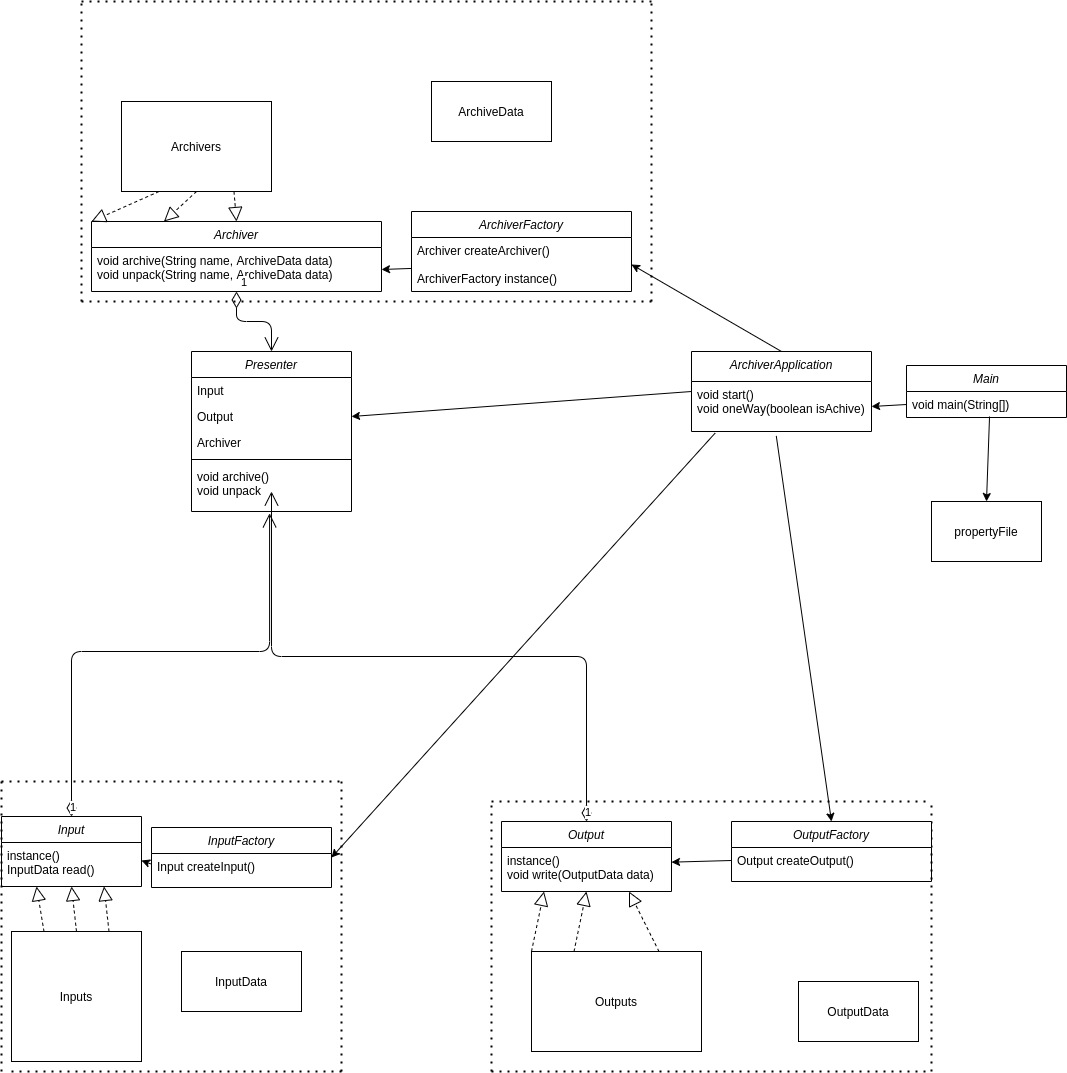
Before: Archiver architectur.png, a diagram exported from draw.io (Alexey111231/archiver). Source tidied: cells renumbered, new cells last; positions are measured from the earlier drawing's top-left corner, leaving out a move shared by most shapes. Source of this version:
```xml
<mxGraphModel>
  <root>
    <mxCell id="0" />
    <mxCell id="1" parent="0" />
    <mxCell id="2" value="Presenter" style="swimlane;fontStyle=2;align=center;verticalAlign=top;horizontal=1;startSize=26;rounded=0;shadow=0;strokeWidth=1;" parent="1" vertex="1">
      <mxGeometry x="190" y="350" width="160" height="160" as="geometry" />
    </mxCell>
    <mxCell id="3" value="Input" style="text;align=left;verticalAlign=top;spacingLeft=4;spacingRight=4;overflow=hidden;" parent="2" vertex="1">
      <mxGeometry y="26" width="160" height="26" as="geometry" />
    </mxCell>
    <mxCell id="4" value="Output" style="text;align=left;verticalAlign=top;spacingLeft=4;spacingRight=4;overflow=hidden;points=[[0,0.5],[1,0.5]];portConstraint=eastwest;rounded=0;shadow=0;html=0;" parent="2" vertex="1">
      <mxGeometry y="52" width="160" height="26" as="geometry" />
    </mxCell>
    <mxCell id="5" value="Archiver" style="text;align=left;verticalAlign=top;spacingLeft=4;spacingRight=4;overflow=hidden;rounded=0;shadow=0;html=0;" parent="2" vertex="1">
      <mxGeometry y="78" width="160" height="26" as="geometry" />
    </mxCell>
    <mxCell id="6" style="line;html=1;strokeWidth=1;align=left;verticalAlign=middle;spacingTop=-1;spacingLeft=3;spacingRight=3;labelPosition=right;" parent="2" vertex="1">
      <mxGeometry y="104" width="160" height="8" as="geometry" />
    </mxCell>
    <mxCell id="7" value="void archive()&#10;void unpack" style="text;align=left;verticalAlign=top;spacingLeft=4;spacingRight=4;overflow=hidden;points=[[0,0.5],[1,0.5]];portConstraint=eastwest;" parent="2" vertex="1">
      <mxGeometry y="112" width="160" height="48" as="geometry" />
    </mxCell>
    <mxCell id="8" value="Input" style="swimlane;fontStyle=2;align=center;verticalAlign=top;horizontal=1;startSize=26;rounded=0;shadow=0;strokeWidth=1;" parent="1" vertex="1">
      <mxGeometry y="815" width="140" height="70" as="geometry" />
    </mxCell>
    <mxCell id="9" value="instance()&#10;InputData read()" style="text;align=left;verticalAlign=top;spacingLeft=4;spacingRight=4;overflow=hidden;points=[[0,0.5],[1,0.5]];portConstraint=eastwest;" parent="8" vertex="1">
      <mxGeometry y="26" width="140" height="36" as="geometry" />
    </mxCell>
    <mxCell id="10" value="Output&#10;" style="swimlane;fontStyle=2;align=center;verticalAlign=top;horizontal=1;startSize=26;rounded=0;shadow=0;strokeWidth=1;" parent="1" vertex="1">
      <mxGeometry x="500" y="820" width="170" height="70" as="geometry" />
    </mxCell>
    <mxCell id="11" value="instance()&#10;void write(OutputData data)" style="text;align=left;verticalAlign=top;spacingLeft=4;spacingRight=4;overflow=hidden;points=[[0,0.5],[1,0.5]];portConstraint=eastwest;" parent="10" vertex="1">
      <mxGeometry y="26" width="170" height="34" as="geometry" />
    </mxCell>
    <mxCell id="12" style="endArrow=none;dashed=1;html=1;dashPattern=1 3;strokeWidth=2;" parent="1" edge="1">
      <mxGeometry relative="1" as="geometry">
        <mxPoint x="490" y="1070" as="sourcePoint" />
        <mxPoint x="490" y="800" as="targetPoint" />
      </mxGeometry>
    </mxCell>
    <mxCell id="13" style="endArrow=none;dashed=1;html=1;dashPattern=1 3;strokeWidth=2;" parent="1" edge="1">
      <mxGeometry relative="1" as="geometry">
        <mxPoint x="490" y="800" as="sourcePoint" />
        <mxPoint x="930" y="800" as="targetPoint" />
      </mxGeometry>
    </mxCell>
    <mxCell id="14" style="endArrow=none;dashed=1;html=1;dashPattern=1 3;strokeWidth=2;" parent="1" edge="1">
      <mxGeometry relative="1" as="geometry">
        <mxPoint x="930" y="1070" as="sourcePoint" />
        <mxPoint x="930" y="800" as="targetPoint" />
      </mxGeometry>
    </mxCell>
    <mxCell id="15" style="endArrow=none;dashed=1;html=1;dashPattern=1 3;strokeWidth=2;" parent="1" edge="1">
      <mxGeometry relative="1" as="geometry">
        <mxPoint x="490" y="1070" as="sourcePoint" />
        <mxPoint x="930" y="1070" as="targetPoint" />
      </mxGeometry>
    </mxCell>
    <mxCell id="16" style="endArrow=none;dashed=1;html=1;dashPattern=1 3;strokeWidth=2;" parent="1" edge="1">
      <mxGeometry relative="1" as="geometry">
        <mxPoint y="780" as="sourcePoint" />
        <mxPoint x="340" y="780" as="targetPoint" />
      </mxGeometry>
    </mxCell>
    <mxCell id="17" style="endArrow=none;dashed=1;html=1;dashPattern=1 3;strokeWidth=2;" parent="1" edge="1">
      <mxGeometry relative="1" as="geometry">
        <mxPoint x="340" y="1070" as="sourcePoint" />
        <mxPoint x="340" y="780" as="targetPoint" />
      </mxGeometry>
    </mxCell>
    <mxCell id="18" style="endArrow=none;dashed=1;html=1;dashPattern=1 3;strokeWidth=2;" parent="1" edge="1">
      <mxGeometry relative="1" as="geometry">
        <mxPoint x="10" y="1070" as="sourcePoint" />
        <mxPoint x="340" y="1070" as="targetPoint" />
      </mxGeometry>
    </mxCell>
    <mxCell id="19" style="endArrow=none;dashed=1;html=1;dashPattern=1 3;strokeWidth=2;" parent="1" edge="1">
      <mxGeometry relative="1" as="geometry">
        <mxPoint y="1070" as="sourcePoint" />
        <mxPoint y="780" as="targetPoint" />
      </mxGeometry>
    </mxCell>
    <mxCell id="20" value="Main" style="swimlane;fontStyle=2;align=center;verticalAlign=top;horizontal=1;startSize=26;rounded=0;shadow=0;strokeWidth=1;" parent="1" vertex="1">
      <mxGeometry x="905" y="364" width="160" height="52" as="geometry" />
    </mxCell>
    <mxCell id="21" value="void main(String[])" style="text;align=left;verticalAlign=top;spacingLeft=4;spacingRight=4;overflow=hidden;points=[[0,0.5],[1,0.5]];portConstraint=eastwest;" parent="20" vertex="1">
      <mxGeometry y="26" width="160" height="26" as="geometry" />
    </mxCell>
    <mxCell id="22" value="OutputFactory&#10;" style="swimlane;fontStyle=2;align=center;verticalAlign=top;horizontal=1;startSize=26;rounded=0;shadow=0;strokeWidth=1;" parent="1" vertex="1">
      <mxGeometry x="730" y="820" width="200" height="60" as="geometry" />
    </mxCell>
    <mxCell id="23" value="Output createOutput()" style="text;align=left;verticalAlign=top;spacingLeft=4;spacingRight=4;overflow=hidden;points=[[0,0.5],[1,0.5]];portConstraint=eastwest;" parent="22" vertex="1">
      <mxGeometry y="26" width="200" height="26" as="geometry" />
    </mxCell>
    <mxCell id="24" value="InputFactory&#10;" style="swimlane;fontStyle=2;align=center;verticalAlign=top;horizontal=1;startSize=26;rounded=0;shadow=0;strokeWidth=1;" parent="1" vertex="1">
      <mxGeometry x="150" y="826" width="180" height="60" as="geometry" />
    </mxCell>
    <mxCell id="25" value="Input createInput()" style="text;align=left;verticalAlign=top;spacingLeft=4;spacingRight=4;overflow=hidden;points=[[0,0.5],[1,0.5]];portConstraint=eastwest;" parent="24" vertex="1">
      <mxGeometry y="26" width="180" height="34" as="geometry" />
    </mxCell>
    <mxCell id="26" value="Outputs" style="rounded=0;whiteSpace=wrap;html=1;" parent="1" vertex="1">
      <mxGeometry x="530" y="950" width="170" height="100" as="geometry" />
    </mxCell>
    <mxCell id="27" style="endArrow=classic;html=1;exitX=0;exitY=0.5;exitDx=0;exitDy=0;" parent="1" edge="1" source="23" target="11">
      <mxGeometry relative="1" as="geometry" />
    </mxCell>
    <mxCell id="28" style="endArrow=classic;html=1;exitX=-0.005;exitY=0.304;exitDx=0;exitDy=0;exitPerimeter=0;entryX=1;entryY=0.5;entryDx=0;entryDy=0;" parent="1" edge="1" source="25" target="9">
      <mxGeometry relative="1" as="geometry" />
    </mxCell>
    <mxCell id="29" style="endArrow=block;dashed=1;endFill=0;endSize=12;html=1;entryX=0.25;entryY=1;entryDx=0;entryDy=0;exitX=0;exitY=0;exitDx=0;exitDy=0;" parent="1" edge="1" source="26" target="10">
      <mxGeometry relative="1" as="geometry" />
    </mxCell>
    <mxCell id="30" style="endArrow=block;dashed=1;endFill=0;endSize=12;html=1;exitX=0.25;exitY=0;exitDx=0;exitDy=0;entryX=0.5;entryY=1;entryDx=0;entryDy=0;" parent="1" edge="1" source="26" target="10">
      <mxGeometry relative="1" as="geometry" />
    </mxCell>
    <mxCell id="31" style="endArrow=block;dashed=1;endFill=0;endSize=12;html=1;entryX=0.75;entryY=1;entryDx=0;entryDy=0;exitX=0.75;exitY=0;exitDx=0;exitDy=0;" parent="1" edge="1" source="26" target="10">
      <mxGeometry relative="1" as="geometry" />
    </mxCell>
    <mxCell id="32" value="Inputs&lt;br&gt;" style="whiteSpace=wrap;html=1;" parent="1" vertex="1">
      <mxGeometry x="10" y="930" width="130" height="130" as="geometry" />
    </mxCell>
    <mxCell id="33" style="endArrow=block;dashed=1;endFill=0;endSize=12;html=1;entryX=0.5;entryY=1;entryDx=0;entryDy=0;exitX=0.5;exitY=0;exitDx=0;exitDy=0;" parent="1" edge="1" source="32" target="8">
      <mxGeometry relative="1" as="geometry" />
    </mxCell>
    <mxCell id="34" style="endArrow=block;dashed=1;endFill=0;endSize=12;html=1;entryX=0.75;entryY=1;entryDx=0;entryDy=0;exitX=0.75;exitY=0;exitDx=0;exitDy=0;" parent="1" edge="1" source="32">
      <mxGeometry relative="1" as="geometry">
        <mxPoint x="102.5" y="885" as="targetPoint" />
      </mxGeometry>
    </mxCell>
    <mxCell id="35" style="endArrow=block;dashed=1;endFill=0;endSize=12;html=1;entryX=0.25;entryY=1;entryDx=0;entryDy=0;exitX=0.25;exitY=0;exitDx=0;exitDy=0;" parent="1" edge="1" source="32" target="8">
      <mxGeometry relative="1" as="geometry" />
    </mxCell>
    <mxCell id="36" value="1" style="endArrow=open;html=1;endSize=12;startArrow=diamondThin;startSize=14;startFill=0;edgeStyle=orthogonalEdgeStyle;align=left;verticalAlign=bottom;exitX=0.5;exitY=0;exitDx=0;exitDy=0;entryX=0.488;entryY=1.038;entryDx=0;entryDy=0;entryPerimeter=0;" parent="1" edge="1" source="8" target="7">
      <mxGeometry x="-1" y="3" relative="1" as="geometry">
        <Array as="points">
          <mxPoint x="70" y="650" />
          <mxPoint x="268" y="650" />
        </Array>
      </mxGeometry>
    </mxCell>
    <mxCell id="37" value="1" style="endArrow=open;html=1;endSize=12;startArrow=diamondThin;startSize=14;startFill=0;edgeStyle=orthogonalEdgeStyle;align=left;verticalAlign=bottom;exitX=0.5;exitY=0;exitDx=0;exitDy=0;" parent="1" edge="1" source="10">
      <mxGeometry x="-1" y="3" relative="1" as="geometry">
        <mxPoint x="270" y="490" as="targetPoint" />
      </mxGeometry>
    </mxCell>
    <mxCell id="38" value="propertyFile" style="rounded=0;whiteSpace=wrap;html=1;" parent="1" vertex="1">
      <mxGeometry x="930" y="500" width="110" height="60" as="geometry" />
    </mxCell>
    <mxCell id="39" value="Archiver" style="swimlane;fontStyle=2;align=center;verticalAlign=top;horizontal=1;startSize=26;rounded=0;shadow=0;strokeWidth=1;" parent="1" vertex="1">
      <mxGeometry x="90" y="220" width="290" height="70" as="geometry" />
    </mxCell>
    <mxCell id="40" value="void archive(String name, ArchiveData data)&#10;void unpack(String name, ArchiveData data)" style="text;align=left;verticalAlign=top;spacingLeft=4;spacingRight=4;overflow=hidden;points=[[0,0.5],[1,0.5]];portConstraint=eastwest;" parent="39" vertex="1">
      <mxGeometry y="26" width="290" height="44" as="geometry" />
    </mxCell>
    <mxCell id="41" style="endArrow=none;dashed=1;html=1;dashPattern=1 3;strokeWidth=2;" parent="1" edge="1">
      <mxGeometry relative="1" as="geometry">
        <mxPoint x="80" y="300" as="sourcePoint" />
        <mxPoint x="650" y="300" as="targetPoint" />
      </mxGeometry>
    </mxCell>
    <mxCell id="42" value="1" style="endArrow=open;html=1;endSize=12;startArrow=diamondThin;startSize=14;startFill=0;edgeStyle=orthogonalEdgeStyle;align=left;verticalAlign=bottom;exitX=0.5;exitY=1;exitDx=0;exitDy=0;entryX=0.5;entryY=0;entryDx=0;entryDy=0;" parent="1" edge="1" source="39" target="2">
      <mxGeometry x="-1" y="3" relative="1" as="geometry" />
    </mxCell>
    <mxCell id="43" value="Archivers" style="rounded=0;whiteSpace=wrap;html=1;" parent="1" vertex="1">
      <mxGeometry x="120" y="100" width="150" height="90" as="geometry" />
    </mxCell>
    <mxCell id="44" style="endArrow=block;dashed=1;endFill=0;endSize=12;html=1;entryX=0.5;entryY=0;entryDx=0;entryDy=0;exitX=0.75;exitY=1;exitDx=0;exitDy=0;" parent="1" edge="1" source="43" target="39">
      <mxGeometry relative="1" as="geometry" />
    </mxCell>
    <mxCell id="45" style="endArrow=block;dashed=1;endFill=0;endSize=12;html=1;entryX=0;entryY=0;entryDx=0;entryDy=0;exitX=0.25;exitY=1;exitDx=0;exitDy=0;" parent="1" edge="1" source="43" target="39">
      <mxGeometry relative="1" as="geometry" />
    </mxCell>
    <mxCell id="46" style="endArrow=block;dashed=1;endFill=0;endSize=12;html=1;entryX=0.25;entryY=0;entryDx=0;entryDy=0;exitX=0.5;exitY=1;exitDx=0;exitDy=0;" parent="1" edge="1" source="43" target="39">
      <mxGeometry relative="1" as="geometry" />
    </mxCell>
    <mxCell id="47" value="ArchiverFactory" style="swimlane;fontStyle=2;align=center;verticalAlign=top;horizontal=1;startSize=26;rounded=0;shadow=0;strokeWidth=1;" parent="1" vertex="1">
      <mxGeometry x="410" y="210" width="220" height="80" as="geometry" />
    </mxCell>
    <mxCell id="48" value="Archiver createArchiver()&#10;&#10;ArchiverFactory instance()" style="text;align=left;verticalAlign=top;spacingLeft=4;spacingRight=4;overflow=hidden;points=[[0,0.5],[1,0.5]];portConstraint=eastwest;" parent="47" vertex="1">
      <mxGeometry y="26" width="220" height="54" as="geometry" />
    </mxCell>
    <mxCell id="49" style="endArrow=classic;html=1;entryX=1;entryY=0.5;entryDx=0;entryDy=0;" parent="1" edge="1" source="48" target="40">
      <mxGeometry relative="1" as="geometry" />
    </mxCell>
    <mxCell id="50" style="endArrow=none;dashed=1;html=1;dashPattern=1 3;strokeWidth=2;" parent="1" edge="1">
      <mxGeometry relative="1" as="geometry">
        <mxPoint x="650" y="300" as="sourcePoint" />
        <mxPoint x="650" as="targetPoint" />
      </mxGeometry>
    </mxCell>
    <mxCell id="51" style="endArrow=none;dashed=1;html=1;dashPattern=1 3;strokeWidth=2;" parent="1" edge="1">
      <mxGeometry relative="1" as="geometry">
        <mxPoint x="80" as="sourcePoint" />
        <mxPoint x="650" as="targetPoint" />
      </mxGeometry>
    </mxCell>
    <mxCell id="52" style="endArrow=none;dashed=1;html=1;dashPattern=1 3;strokeWidth=2;" parent="1" edge="1">
      <mxGeometry relative="1" as="geometry">
        <mxPoint x="80" y="300" as="sourcePoint" />
        <mxPoint x="80" as="targetPoint" />
      </mxGeometry>
    </mxCell>
    <mxCell id="53" style="endArrow=classic;html=1;exitX=0.519;exitY=0.962;exitDx=0;exitDy=0;exitPerimeter=0;entryX=0.5;entryY=0;entryDx=0;entryDy=0;" parent="1" edge="1" source="21" target="38">
      <mxGeometry relative="1" as="geometry" />
    </mxCell>
    <mxCell id="54" style="endArrow=classic;html=1;entryX=1;entryY=0.5;entryDx=0;entryDy=0;exitX=0;exitY=0.5;exitDx=0;exitDy=0;" parent="1" edge="1" source="61" target="4">
      <mxGeometry relative="1" as="geometry" />
    </mxCell>
    <mxCell id="55" style="endArrow=classic;html=1;entryX=1;entryY=0.5;entryDx=0;entryDy=0;exitX=0.5;exitY=0;exitDx=0;exitDy=0;" parent="1" edge="1" source="61" target="48">
      <mxGeometry relative="1" as="geometry" />
    </mxCell>
    <mxCell id="56" style="endArrow=classic;html=1;entryX=1;entryY=0.5;entryDx=0;entryDy=0;exitX=0.131;exitY=1.033;exitDx=0;exitDy=0;exitPerimeter=0;" parent="1" edge="1" source="62" target="24">
      <mxGeometry relative="1" as="geometry" />
    </mxCell>
    <mxCell id="57" style="endArrow=classic;html=1;entryX=0.5;entryY=0;entryDx=0;entryDy=0;exitX=0.471;exitY=1.088;exitDx=0;exitDy=0;exitPerimeter=0;" parent="1" edge="1" source="62" target="22">
      <mxGeometry relative="1" as="geometry" />
    </mxCell>
    <mxCell id="58" value="InputData" style="rounded=0;whiteSpace=wrap;html=1;" parent="1" vertex="1">
      <mxGeometry x="180" y="950" width="120" height="60" as="geometry" />
    </mxCell>
    <mxCell id="59" value="OutputData" style="rounded=0;whiteSpace=wrap;html=1;" parent="1" vertex="1">
      <mxGeometry x="797" y="980" width="120" height="60" as="geometry" />
    </mxCell>
    <mxCell id="60" value="ArchiveData" style="rounded=0;whiteSpace=wrap;html=1;" parent="1" vertex="1">
      <mxGeometry x="430" y="80" width="120" height="60" as="geometry" />
    </mxCell>
    <mxCell id="61" value="ArchiverApplication&#10;" style="swimlane;fontStyle=2;align=center;verticalAlign=top;horizontal=1;startSize=30;rounded=0;shadow=0;strokeWidth=1;" parent="1" vertex="1">
      <mxGeometry x="690" y="350" width="180" height="80" as="geometry" />
    </mxCell>
    <mxCell id="62" value="void start()&#10;void oneWay(boolean isAchive)" style="text;align=left;verticalAlign=top;spacingLeft=4;spacingRight=4;overflow=hidden;points=[[0,0.5],[1,0.5]];portConstraint=eastwest;" parent="61" vertex="1">
      <mxGeometry y="30" width="180" height="50" as="geometry" />
    </mxCell>
    <mxCell id="63" style="endArrow=classic;html=1;fontColor=none;exitX=0;exitY=0.5;exitDx=0;exitDy=0;entryX=1;entryY=0.5;entryDx=0;entryDy=0;" parent="1" edge="1" source="21" target="62">
      <mxGeometry relative="1" as="geometry" />
    </mxCell>
  </root>
</mxGraphModel>
```
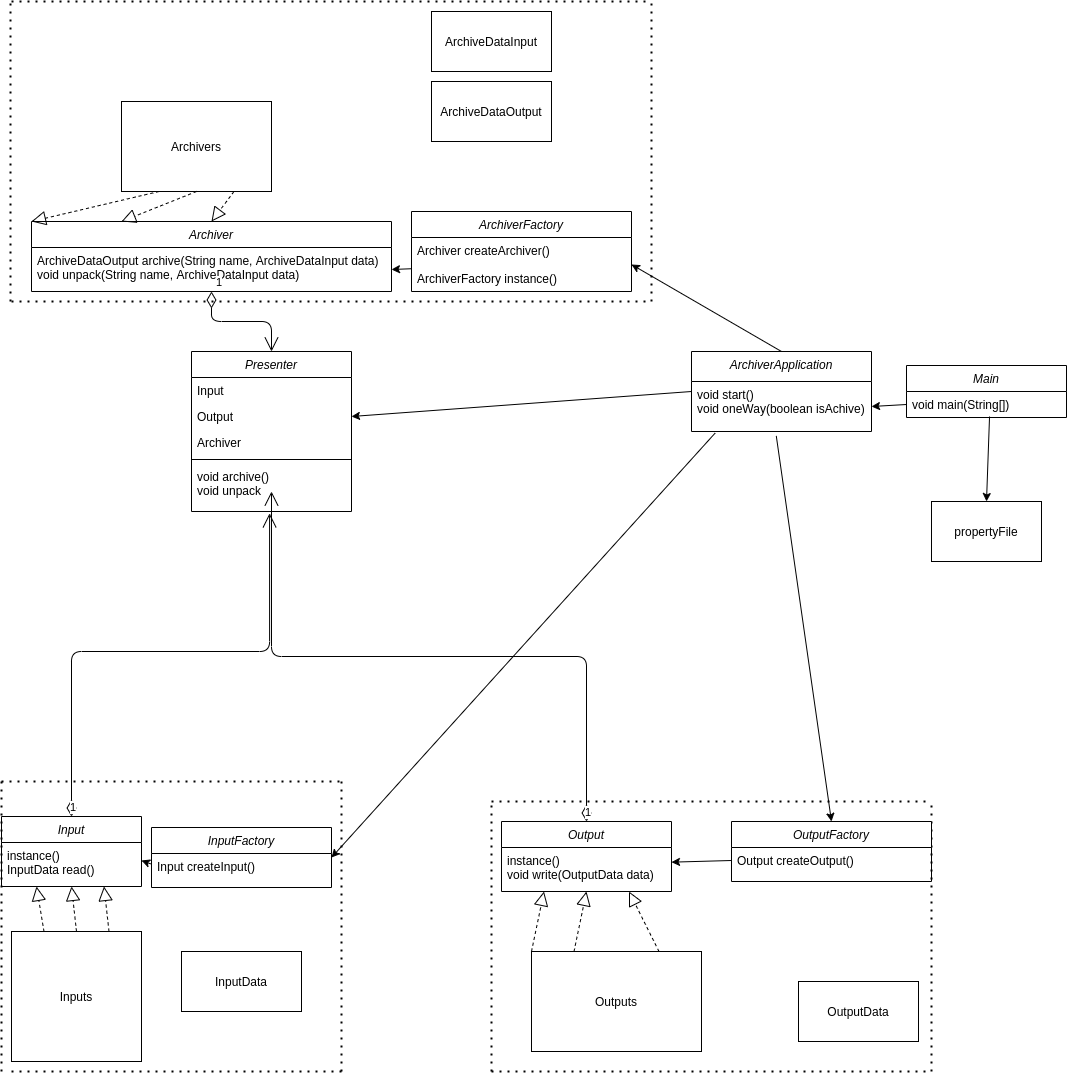
Above is the later version.

The edit, as a diff of the source:
```diff
@@ -147,14 +147,14 @@
       <mxGeometry x="930" y="500" width="110" height="60" as="geometry" />
     </mxCell>
     <mxCell id="39" value="Archiver" style="swimlane;fontStyle=2;align=center;verticalAlign=top;horizontal=1;startSize=26;rounded=0;shadow=0;strokeWidth=1;" parent="1" vertex="1">
-      <mxGeometry x="90" y="220" width="290" height="70" as="geometry" />
+      <mxGeometry x="30" y="220" width="360" height="70" as="geometry" />
     </mxCell>
-    <mxCell id="40" value="void archive(String name, ArchiveData data)&#10;void unpack(String name, ArchiveData data)" style="text;align=left;verticalAlign=top;spacingLeft=4;spacingRight=4;overflow=hidden;points=[[0,0.5],[1,0.5]];portConstraint=eastwest;" parent="39" vertex="1">
-      <mxGeometry y="26" width="290" height="44" as="geometry" />
+    <mxCell id="40" value="ArchiveDataOutput archive(String name, ArchiveDataInput data)&#10;void unpack(String name, ArchiveDataInput data)" style="text;align=left;verticalAlign=top;spacingLeft=4;spacingRight=4;overflow=hidden;points=[[0,0.5],[1,0.5]];portConstraint=eastwest;" parent="39" vertex="1">
+      <mxGeometry y="26" width="360" height="44" as="geometry" />
     </mxCell>
     <mxCell id="41" style="endArrow=none;dashed=1;html=1;dashPattern=1 3;strokeWidth=2;" parent="1" edge="1">
       <mxGeometry relative="1" as="geometry">
-        <mxPoint x="80" y="300" as="sourcePoint" />
+        <mxPoint x="10" y="300" as="sourcePoint" />
         <mxPoint x="650" y="300" as="targetPoint" />
       </mxGeometry>
     </mxCell>
@@ -190,14 +190,14 @@
     </mxCell>
     <mxCell id="51" style="endArrow=none;dashed=1;html=1;dashPattern=1 3;strokeWidth=2;" parent="1" edge="1">
       <mxGeometry relative="1" as="geometry">
-        <mxPoint x="80" as="sourcePoint" />
+        <mxPoint x="10" as="sourcePoint" />
         <mxPoint x="650" as="targetPoint" />
       </mxGeometry>
     </mxCell>
     <mxCell id="52" style="endArrow=none;dashed=1;html=1;dashPattern=1 3;strokeWidth=2;" parent="1" edge="1">
       <mxGeometry relative="1" as="geometry">
-        <mxPoint x="80" y="300" as="sourcePoint" />
-        <mxPoint x="80" as="targetPoint" />
+        <mxPoint x="9" y="300" as="sourcePoint" />
+        <mxPoint x="9" as="targetPoint" />
       </mxGeometry>
     </mxCell>
     <mxCell id="53" style="endArrow=classic;html=1;exitX=0.519;exitY=0.962;exitDx=0;exitDy=0;exitPerimeter=0;entryX=0.5;entryY=0;entryDx=0;entryDy=0;" parent="1" edge="1" source="21" target="38">
@@ -221,7 +221,7 @@
     <mxCell id="59" value="OutputData" style="rounded=0;whiteSpace=wrap;html=1;" parent="1" vertex="1">
       <mxGeometry x="797" y="980" width="120" height="60" as="geometry" />
     </mxCell>
-    <mxCell id="60" value="ArchiveData" style="rounded=0;whiteSpace=wrap;html=1;" parent="1" vertex="1">
+    <mxCell id="60" value="ArchiveDataOutput" style="rounded=0;whiteSpace=wrap;html=1;" parent="1" vertex="1">
       <mxGeometry x="430" y="80" width="120" height="60" as="geometry" />
     </mxCell>
     <mxCell id="61" value="ArchiverApplication&#10;" style="swimlane;fontStyle=2;align=center;verticalAlign=top;horizontal=1;startSize=30;rounded=0;shadow=0;strokeWidth=1;" parent="1" vertex="1">
@@ -233,5 +233,8 @@
     <mxCell id="63" style="endArrow=classic;html=1;fontColor=none;exitX=0;exitY=0.5;exitDx=0;exitDy=0;entryX=1;entryY=0.5;entryDx=0;entryDy=0;" parent="1" edge="1" source="21" target="62">
       <mxGeometry relative="1" as="geometry" />
     </mxCell>
+    <mxCell id="64" value="ArchiveDataInput" style="rounded=0;whiteSpace=wrap;html=1;" parent="1" vertex="1">
+      <mxGeometry x="430" y="10" width="120" height="60" as="geometry" />
+    </mxCell>
   </root>
 </mxGraphModel>
```
